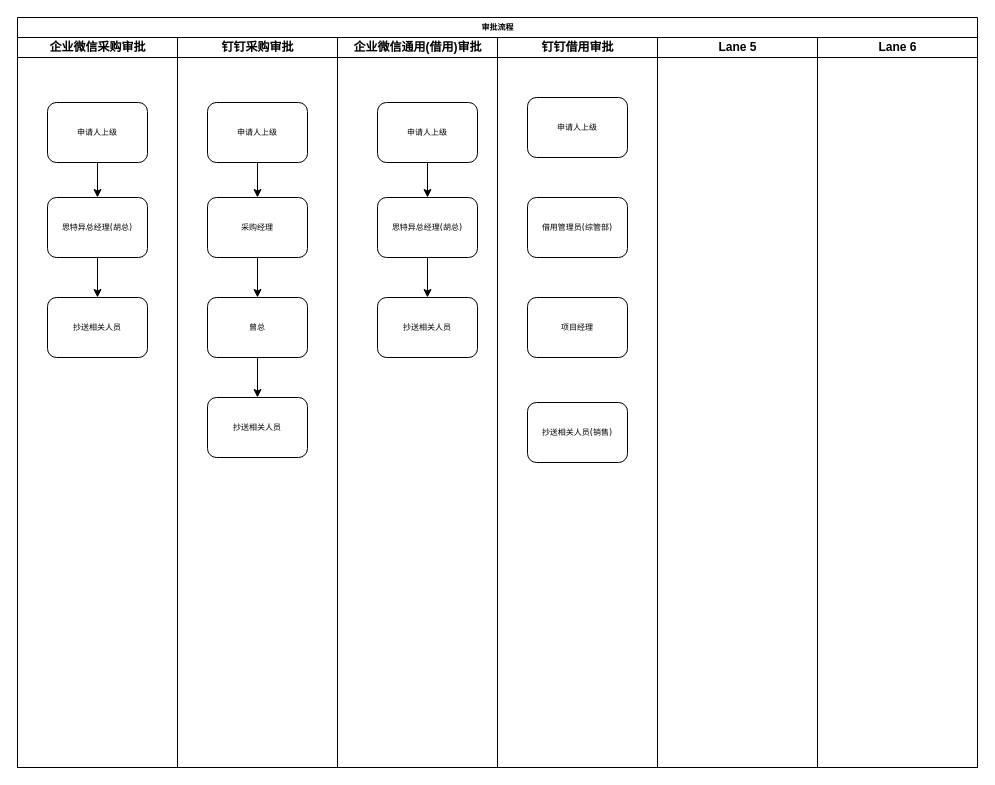
Earlier version of the draw.io diagram data/审批流程.drawio (chenyanxi/hosts). Source tidied: cells renumbered, new cells numbered last; positions are measured from the earlier drawing's top-left corner, leaving out a move shared by most shapes. Both pictures are drawn from the tidied source at 100%, with x=0, y=0 at pixel (17, 17).
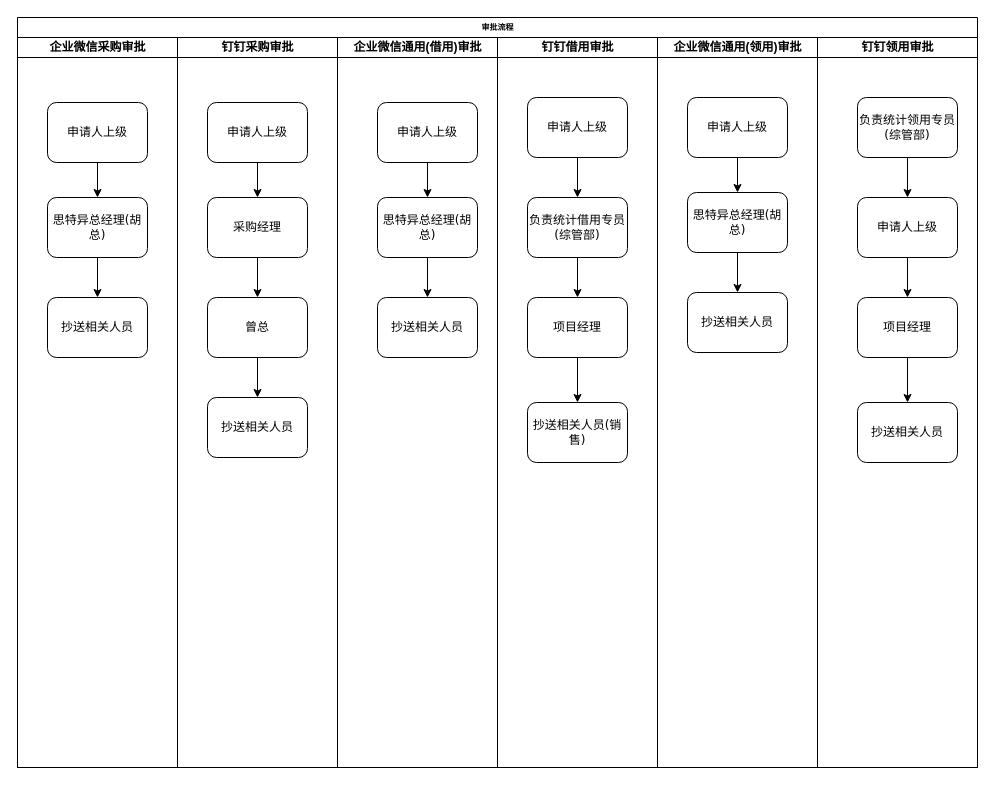
The same diagram, later.

Commit message (it also covers changes not shown here):
更新审批流程.drawio

Unchanged cells that the change refers to:
```xml
<mxCell id="2" value="审批流程" style="swimlane;html=1;startSize=20;rounded=0;shadow=0;labelBackgroundColor=none;strokeWidth=1;fontFamily=Verdana;fontSize=8;align=center;" parent="1" vertex="1">
  <mxGeometry width="960" height="750" as="geometry" />
</mxCell>
<mxCell id="3" value="企业微信采购审批" style="swimlane;html=1;startSize=20;" parent="2" vertex="1">
  <mxGeometry y="20" width="160" height="730" as="geometry" />
</mxCell>
<mxCell id="18" value="钉钉采购审批" style="swimlane;html=1;startSize=20;" parent="2" vertex="1">
  <mxGeometry x="160" y="20" width="160" height="730" as="geometry" />
</mxCell>
<mxCell id="26" value="企业微信通用(借用)审批" style="swimlane;html=1;startSize=20;" parent="2" vertex="1">
  <mxGeometry x="320" y="20" width="160" height="730" as="geometry" />
</mxCell>
<mxCell id="33" value="钉钉借用审批" style="swimlane;html=1;startSize=20;" parent="2" vertex="1">
  <mxGeometry x="480" y="20" width="160" height="730" as="geometry" />
</mxCell>
```

What changed in the source:
```diff
@@
-    <mxCell id="4" value="申请人上级" style="rounded=1;whiteSpace=wrap;html=1;shadow=0;labelBackgroundColor=none;strokeWidth=1;fontFamily=Verdana;fontSize=8;align=center;" parent="3" vertex="1">
+    <mxCell id="4" value="&lt;font style=&quot;font-size: 12px;&quot;&gt;申请人上级&lt;/font&gt;" style="rounded=1;whiteSpace=wrap;html=1;shadow=0;labelBackgroundColor=none;strokeWidth=1;fontFamily=Verdana;fontSize=8;align=center;" parent="3" vertex="1">
       <mxGeometry x="30" y="65" width="100" height="60" as="geometry" />
     </mxCell>
-    <mxCell id="5" value="思特异总经理(胡总)" style="rounded=1;whiteSpace=wrap;html=1;shadow=0;labelBackgroundColor=none;strokeWidth=1;fontFamily=Verdana;fontSize=8;align=center;" parent="3" vertex="1">
+    <mxCell id="5" value="&lt;font style=&quot;font-size: 12px;&quot;&gt;思特异总经理(胡总)&lt;/font&gt;" style="rounded=1;whiteSpace=wrap;html=1;shadow=0;labelBackgroundColor=none;strokeWidth=1;fontFamily=Verdana;fontSize=8;align=center;" parent="3" vertex="1">
       <mxGeometry x="30" y="160" width="100" height="60" as="geometry" />
     </mxCell>
-    <mxCell id="6" value="抄送相关人员" style="rounded=1;whiteSpace=wrap;html=1;shadow=0;labelBackgroundColor=none;strokeWidth=1;fontFamily=Verdana;fontSize=8;align=center;" parent="3" vertex="1">
+    <mxCell id="6" value="&lt;font style=&quot;font-size: 12px;&quot;&gt;抄送相关人员&lt;/font&gt;" style="rounded=1;whiteSpace=wrap;html=1;shadow=0;labelBackgroundColor=none;strokeWidth=1;fontFamily=Verdana;fontSize=8;align=center;" parent="3" vertex="1">
       <mxGeometry x="30" y="260" width="100" height="60" as="geometry" />
     </mxCell>
@@
-    <mxCell id="19" value="申请人上级" style="rounded=1;whiteSpace=wrap;html=1;shadow=0;labelBackgroundColor=none;strokeWidth=1;fontFamily=Verdana;fontSize=8;align=center;" parent="18" vertex="1">
+    <mxCell id="19" value="&lt;font style=&quot;font-size: 12px;&quot;&gt;申请人上级&lt;/font&gt;" style="rounded=1;whiteSpace=wrap;html=1;shadow=0;labelBackgroundColor=none;strokeWidth=1;fontFamily=Verdana;fontSize=8;align=center;" parent="18" vertex="1">
       <mxGeometry x="30" y="65" width="100" height="60" as="geometry" />
     </mxCell>
-    <mxCell id="20" value="采购经理" style="rounded=1;whiteSpace=wrap;html=1;shadow=0;labelBackgroundColor=none;strokeWidth=1;fontFamily=Verdana;fontSize=8;align=center;" parent="18" vertex="1">
+    <mxCell id="20" value="&lt;font style=&quot;font-size: 12px;&quot;&gt;采购经理&lt;/font&gt;" style="rounded=1;whiteSpace=wrap;html=1;shadow=0;labelBackgroundColor=none;strokeWidth=1;fontFamily=Verdana;fontSize=8;align=center;" parent="18" vertex="1">
       <mxGeometry x="30" y="160" width="100" height="60" as="geometry" />
     </mxCell>
-    <mxCell id="21" value="曾总" style="rounded=1;whiteSpace=wrap;html=1;shadow=0;labelBackgroundColor=none;strokeWidth=1;fontFamily=Verdana;fontSize=8;align=center;" parent="18" vertex="1">
+    <mxCell id="21" value="&lt;font style=&quot;font-size: 12px;&quot;&gt;曾总&lt;/font&gt;" style="rounded=1;whiteSpace=wrap;html=1;shadow=0;labelBackgroundColor=none;strokeWidth=1;fontFamily=Verdana;fontSize=8;align=center;" parent="18" vertex="1">
       <mxGeometry x="30" y="260" width="100" height="60" as="geometry" />
     </mxCell>
-    <mxCell id="22" value="抄送相关人员" style="rounded=1;whiteSpace=wrap;html=1;shadow=0;labelBackgroundColor=none;strokeWidth=1;fontFamily=Verdana;fontSize=8;align=center;" parent="18" vertex="1">
+    <mxCell id="22" value="&lt;font style=&quot;font-size: 12px;&quot;&gt;抄送相关人员&lt;/font&gt;" style="rounded=1;whiteSpace=wrap;html=1;shadow=0;labelBackgroundColor=none;strokeWidth=1;fontFamily=Verdana;fontSize=8;align=center;" parent="18" vertex="1">
       <mxGeometry x="30" y="360" width="100" height="60" as="geometry" />
     </mxCell>
@@
-    <mxCell id="28" value="申请人上级" style="rounded=1;whiteSpace=wrap;html=1;shadow=0;labelBackgroundColor=none;strokeWidth=1;fontFamily=Verdana;fontSize=8;align=center;" parent="26" vertex="1">
+    <mxCell id="28" value="&lt;font style=&quot;font-size: 12px;&quot;&gt;申请人上级&lt;/font&gt;" style="rounded=1;whiteSpace=wrap;html=1;shadow=0;labelBackgroundColor=none;strokeWidth=1;fontFamily=Verdana;fontSize=8;align=center;" parent="26" vertex="1">
       <mxGeometry x="40" y="65" width="100" height="60" as="geometry" />
     </mxCell>
-    <mxCell id="29" value="思特异总经理(胡总)" style="rounded=1;whiteSpace=wrap;html=1;shadow=0;labelBackgroundColor=none;strokeWidth=1;fontFamily=Verdana;fontSize=8;align=center;" parent="26" vertex="1">
+    <mxCell id="29" value="&lt;font style=&quot;font-size: 12px;&quot;&gt;思特异总经理(胡总)&lt;/font&gt;" style="rounded=1;whiteSpace=wrap;html=1;shadow=0;labelBackgroundColor=none;strokeWidth=1;fontFamily=Verdana;fontSize=8;align=center;" parent="26" vertex="1">
       <mxGeometry x="40" y="160" width="100" height="60" as="geometry" />
     </mxCell>
-    <mxCell id="30" value="抄送相关人员" style="rounded=1;whiteSpace=wrap;html=1;shadow=0;labelBackgroundColor=none;strokeWidth=1;fontFamily=Verdana;fontSize=8;align=center;" parent="26" vertex="1">
+    <mxCell id="30" value="&lt;font style=&quot;font-size: 12px;&quot;&gt;抄送相关人员&lt;/font&gt;" style="rounded=1;whiteSpace=wrap;html=1;shadow=0;labelBackgroundColor=none;strokeWidth=1;fontFamily=Verdana;fontSize=8;align=center;" parent="26" vertex="1">
       <mxGeometry x="40" y="260" width="100" height="60" as="geometry" />
     </mxCell>
@@
-    <mxCell id="37" value="申请人上级" style="rounded=1;whiteSpace=wrap;html=1;shadow=0;labelBackgroundColor=none;strokeWidth=1;fontFamily=Verdana;fontSize=8;align=center;" parent="33" vertex="1">
+    <mxCell id="37" value="&lt;font style=&quot;font-size: 12px;&quot;&gt;申请人上级&lt;/font&gt;" style="rounded=1;whiteSpace=wrap;html=1;shadow=0;labelBackgroundColor=none;strokeWidth=1;fontFamily=Verdana;fontSize=8;align=center;" parent="33" vertex="1">
       <mxGeometry x="30" y="60" width="100" height="60" as="geometry" />
     </mxCell>
-    <mxCell id="38" value="借用管理员(综管部)" style="rounded=1;whiteSpace=wrap;html=1;shadow=0;labelBackgroundColor=none;strokeWidth=1;fontFamily=Verdana;fontSize=8;align=center;" parent="33" vertex="1">
+    <mxCell id="38" value="&lt;font style=&quot;font-size: 12px;&quot;&gt;负责统计借用专员(综管部)&lt;/font&gt;" style="rounded=1;whiteSpace=wrap;html=1;shadow=0;labelBackgroundColor=none;strokeWidth=1;fontFamily=Verdana;fontSize=8;align=center;" parent="33" vertex="1">
       <mxGeometry x="30" y="160" width="100" height="60" as="geometry" />
     </mxCell>
-    <mxCell id="39" value="项目经理" style="rounded=1;whiteSpace=wrap;html=1;shadow=0;labelBackgroundColor=none;strokeWidth=1;fontFamily=Verdana;fontSize=8;align=center;" parent="33" vertex="1">
+    <mxCell id="39" value="&lt;font style=&quot;font-size: 12px;&quot;&gt;项目经理&lt;/font&gt;" style="rounded=1;whiteSpace=wrap;html=1;shadow=0;labelBackgroundColor=none;strokeWidth=1;fontFamily=Verdana;fontSize=8;align=center;" parent="33" vertex="1">
       <mxGeometry x="30" y="260" width="100" height="60" as="geometry" />
     </mxCell>
-    <mxCell id="40" value="抄送相关人员(销售)" style="rounded=1;whiteSpace=wrap;html=1;shadow=0;labelBackgroundColor=none;strokeWidth=1;fontFamily=Verdana;fontSize=8;align=center;" parent="33" vertex="1">
+    <mxCell id="40" value="&lt;font style=&quot;font-size: 12px;&quot;&gt;抄送相关人员(销售)&lt;/font&gt;" style="rounded=1;whiteSpace=wrap;html=1;shadow=0;labelBackgroundColor=none;strokeWidth=1;fontFamily=Verdana;fontSize=8;align=center;" parent="33" vertex="1">
       <mxGeometry x="30" y="365" width="100" height="60" as="geometry" />
     </mxCell>
+    <mxCell id="45" style="endArrow=classic;html=1;rounded=0;exitX=0.5;exitY=1;exitDx=0;exitDy=0;entryX=0.5;entryY=0;entryDx=0;entryDy=0;" parent="33" edge="1" source="37" target="38">
+      <mxGeometry relative="1" as="geometry" />
+    </mxCell>
+    <mxCell id="46" style="endArrow=classic;html=1;rounded=0;exitX=0.5;exitY=1;exitDx=0;exitDy=0;entryX=0.5;entryY=0;entryDx=0;entryDy=0;" parent="33" edge="1" source="38" target="39">
+      <mxGeometry relative="1" as="geometry" />
+    </mxCell>
+    <mxCell id="47" style="endArrow=classic;html=1;rounded=0;exitX=0.5;exitY=1;exitDx=0;exitDy=0;entryX=0.5;entryY=0;entryDx=0;entryDy=0;" parent="33" edge="1" source="39" target="40">
+      <mxGeometry relative="1" as="geometry" />
+    </mxCell>
-    <mxCell id="41" value="Lane 5" style="swimlane;html=1;startSize=20;" parent="2" vertex="1">
+    <mxCell id="41" value="企业微信通用(领用)审批" style="swimlane;html=1;startSize=20;" parent="2" vertex="1">
       <mxGeometry x="640" y="20" width="160" height="730" as="geometry" />
     </mxCell>
@@
+    <mxCell id="48" value="&lt;font style=&quot;font-size: 12px;&quot;&gt;申请人上级&lt;/font&gt;" style="rounded=1;whiteSpace=wrap;html=1;shadow=0;labelBackgroundColor=none;strokeWidth=1;fontFamily=Verdana;fontSize=8;align=center;" parent="41" vertex="1">
+      <mxGeometry x="30" y="60" width="100" height="60" as="geometry" />
+    </mxCell>
+    <mxCell id="49" value="&lt;font style=&quot;font-size: 12px;&quot;&gt;思特异总经理(胡总)&lt;/font&gt;" style="rounded=1;whiteSpace=wrap;html=1;shadow=0;labelBackgroundColor=none;strokeWidth=1;fontFamily=Verdana;fontSize=8;align=center;" parent="41" vertex="1">
+      <mxGeometry x="30" y="155" width="100" height="60" as="geometry" />
+    </mxCell>
+    <mxCell id="50" value="&lt;font style=&quot;font-size: 12px;&quot;&gt;抄送相关人员&lt;/font&gt;" style="rounded=1;whiteSpace=wrap;html=1;shadow=0;labelBackgroundColor=none;strokeWidth=1;fontFamily=Verdana;fontSize=8;align=center;" parent="41" vertex="1">
+      <mxGeometry x="30" y="255" width="100" height="60" as="geometry" />
+    </mxCell>
+    <mxCell id="51" style="endArrow=classic;html=1;rounded=0;exitX=0.5;exitY=1;exitDx=0;exitDy=0;entryX=0.5;entryY=0;entryDx=0;entryDy=0;" parent="41" edge="1" source="48" target="49">
+      <mxGeometry relative="1" as="geometry" />
+    </mxCell>
+    <mxCell id="52" style="endArrow=classic;html=1;rounded=0;exitX=0.5;exitY=1;exitDx=0;exitDy=0;" parent="41" edge="1" source="49" target="50">
+      <mxGeometry relative="1" as="geometry" />
+    </mxCell>
-    <mxCell id="44" value="Lane 6" style="swimlane;html=1;startSize=20;" parent="2" vertex="1">
+    <mxCell id="44" value="钉钉领用审批" style="swimlane;html=1;startSize=20;" parent="2" vertex="1">
       <mxGeometry x="800" y="20" width="160" height="730" as="geometry" />
     </mxCell>
+    <mxCell id="53" value="&lt;font style=&quot;font-size: 12px;&quot;&gt;负责统计领用专员(综管部)&lt;/font&gt;" style="rounded=1;whiteSpace=wrap;html=1;shadow=0;labelBackgroundColor=none;strokeWidth=1;fontFamily=Verdana;fontSize=8;align=center;" parent="44" vertex="1">
+      <mxGeometry x="40" y="60" width="100" height="60" as="geometry" />
+    </mxCell>
+    <mxCell id="54" value="&lt;font style=&quot;font-size: 12px;&quot;&gt;申请人上级&lt;/font&gt;" style="rounded=1;whiteSpace=wrap;html=1;shadow=0;labelBackgroundColor=none;strokeWidth=1;fontFamily=Verdana;fontSize=8;align=center;" parent="44" vertex="1">
+      <mxGeometry x="40" y="160" width="100" height="60" as="geometry" />
+    </mxCell>
+    <mxCell id="55" value="&lt;font style=&quot;font-size: 12px;&quot;&gt;抄送相关人员&lt;/font&gt;" style="rounded=1;whiteSpace=wrap;html=1;shadow=0;labelBackgroundColor=none;strokeWidth=1;fontFamily=Verdana;fontSize=8;align=center;" parent="44" vertex="1">
+      <mxGeometry x="40" y="365" width="100" height="60" as="geometry" />
+    </mxCell>
+    <mxCell id="56" style="endArrow=classic;html=1;rounded=0;exitX=0.5;exitY=1;exitDx=0;exitDy=0;entryX=0.5;entryY=0;entryDx=0;entryDy=0;" parent="44" edge="1" source="53" target="54">
+      <mxGeometry relative="1" as="geometry" />
+    </mxCell>
+    <mxCell id="57" style="endArrow=classic;html=1;rounded=0;exitX=0.5;exitY=1;exitDx=0;exitDy=0;entryX=0.5;entryY=0;entryDx=0;entryDy=0;" parent="44" edge="1" source="54">
+      <mxGeometry relative="1" as="geometry">
+        <mxPoint x="90" y="260" as="targetPoint" />
+      </mxGeometry>
+    </mxCell>
+    <mxCell id="58" style="endArrow=classic;html=1;rounded=0;exitX=0.5;exitY=1;exitDx=0;exitDy=0;entryX=0.5;entryY=0;entryDx=0;entryDy=0;" parent="44" edge="1" target="55">
+      <mxGeometry relative="1" as="geometry">
+        <mxPoint x="90" y="320" as="sourcePoint" />
+      </mxGeometry>
+    </mxCell>
+    <mxCell id="59" value="&lt;font style=&quot;font-size: 12px;&quot;&gt;项目经理&lt;/font&gt;" style="rounded=1;whiteSpace=wrap;html=1;shadow=0;labelBackgroundColor=none;strokeWidth=1;fontFamily=Verdana;fontSize=8;align=center;" parent="44" vertex="1">
+      <mxGeometry x="40" y="260" width="100" height="60" as="geometry" />
+    </mxCell>
```
